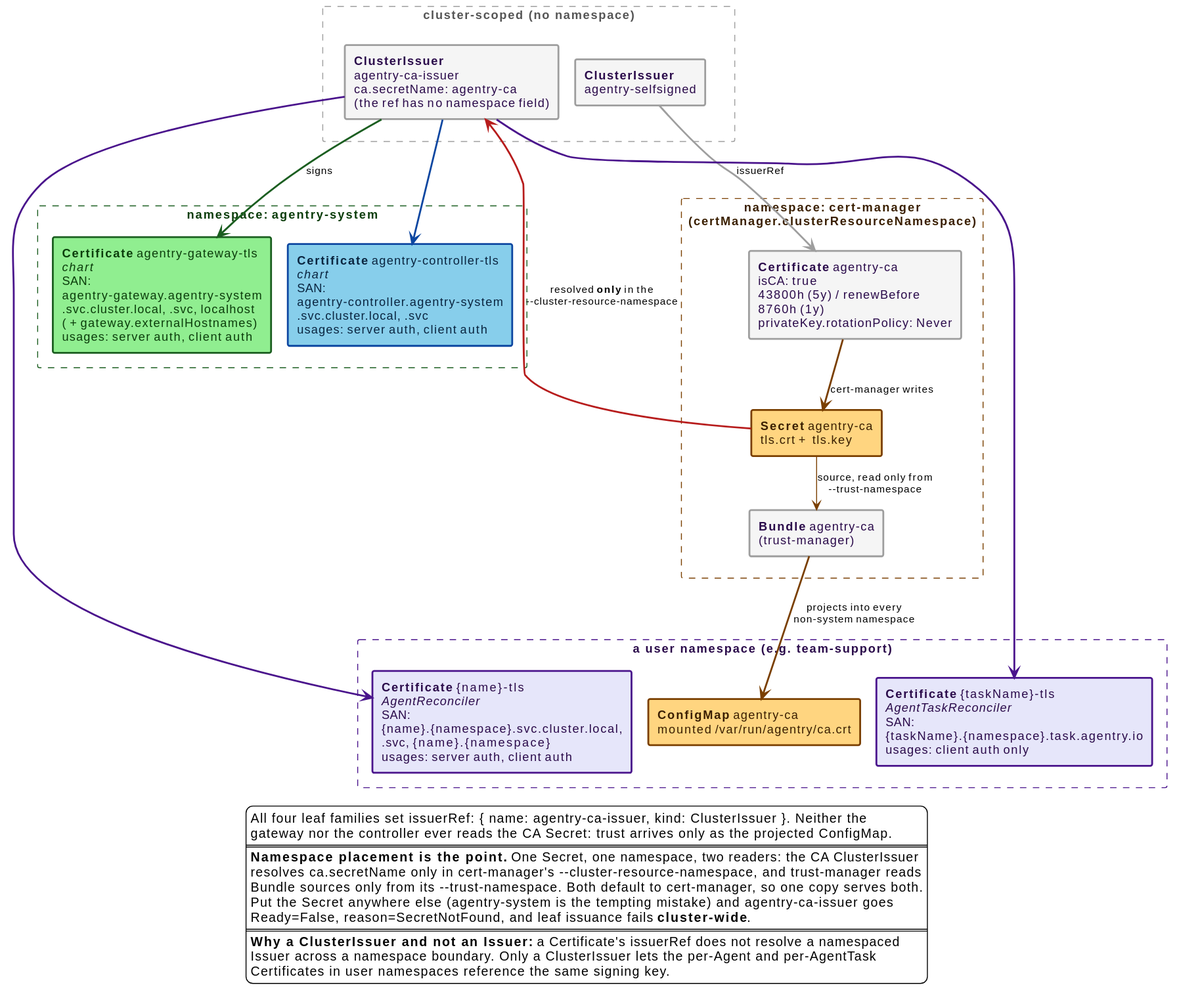
The PlantUML diagram docs/src/diagrams/trust-chain.svg in win07xp/kaalm, before a commit.
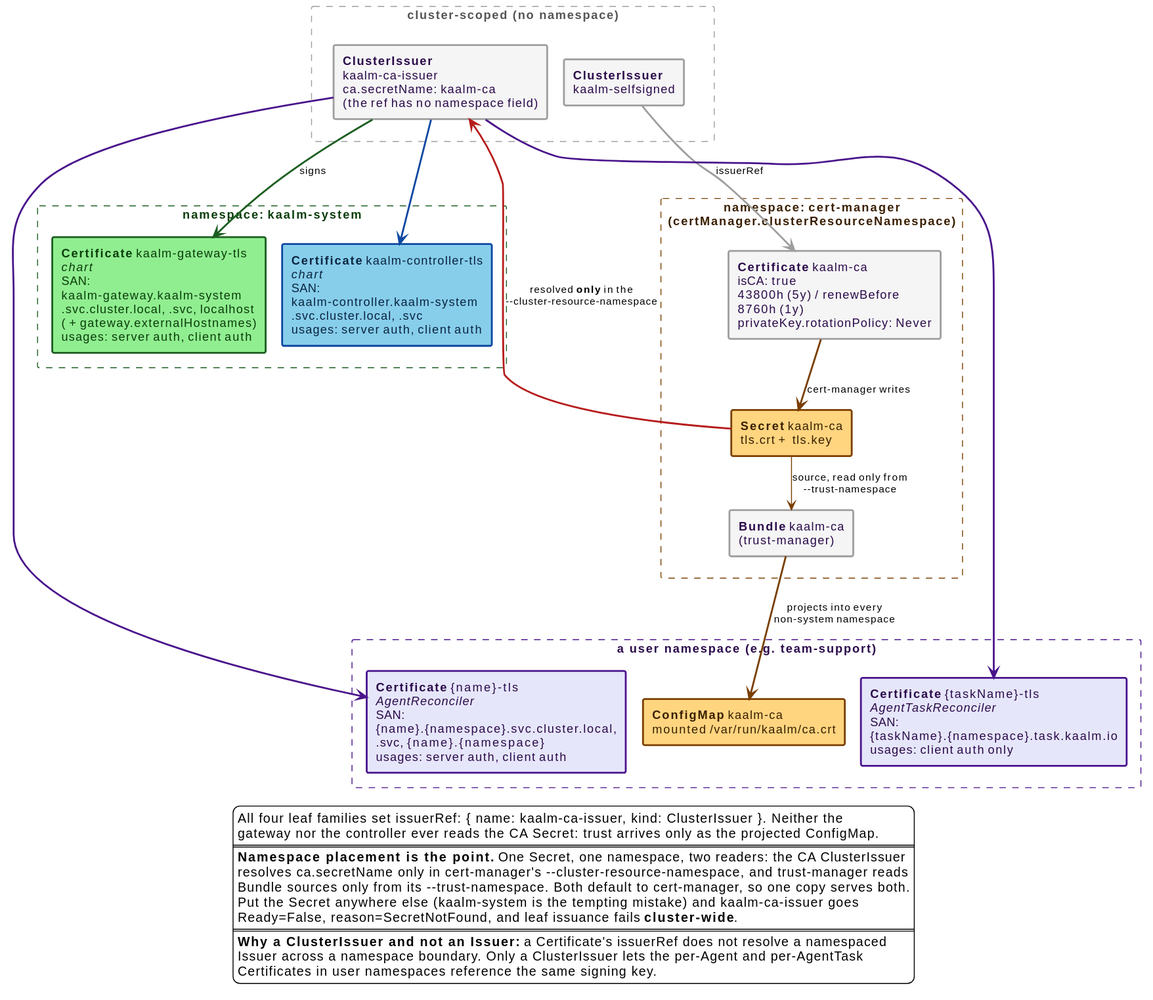
Later version of the same file.

Diff of the diagram source:
```diff
@@ -8,25 +8,25 @@
 }
 
 rectangle "cluster-scoped (no namespace)" as band #line:9E9E9E;line.dashed;text:555555 {
-  rectangle "**ClusterIssuer**\nagentry-selfsigned" as selfsigned #back:F5F5F5;line:9E9E9E;line.bold;text:2a0a4a
-  rectangle "**ClusterIssuer**\nagentry-ca-issuer\nca.secretName: agentry-ca\n(the ref has no namespace field)" as caissuer #back:F5F5F5;line:9E9E9E;line.bold;text:2a0a4a
+  rectangle "**ClusterIssuer**\nkaalm-selfsigned" as selfsigned #back:F5F5F5;line:9E9E9E;line.bold;text:2a0a4a
+  rectangle "**ClusterIssuer**\nkaalm-ca-issuer\nca.secretName: kaalm-ca\n(the ref has no namespace field)" as caissuer #back:F5F5F5;line:9E9E9E;line.bold;text:2a0a4a
 }
 
 rectangle "namespace: **cert-manager**\n(certManager.clusterResourceNamespace)" as nscm #line:7a3f00;line.dashed;text:3a1f00 {
-  rectangle "**Certificate** agentry-ca\nisCA: true\n43800h (5y) / renewBefore 8760h (1y)\nprivateKey.rotationPolicy: Never" as cacert #back:F5F5F5;line:9E9E9E;line.bold;text:2a0a4a
-  rectangle "**Secret** agentry-ca\ntls.crt + tls.key" as casecret #back:FFD580;line:7a3f00;line.bold;text:3a1f00
-  rectangle "**Bundle** agentry-ca\n(trust-manager)" as bundle #back:F5F5F5;line:9E9E9E;line.bold;text:2a0a4a
+  rectangle "**Certificate** kaalm-ca\nisCA: true\n43800h (5y) / renewBefore 8760h (1y)\nprivateKey.rotationPolicy: Never" as cacert #back:F5F5F5;line:9E9E9E;line.bold;text:2a0a4a
+  rectangle "**Secret** kaalm-ca\ntls.crt + tls.key" as casecret #back:FFD580;line:7a3f00;line.bold;text:3a1f00
+  rectangle "**Bundle** kaalm-ca\n(trust-manager)" as bundle #back:F5F5F5;line:9E9E9E;line.bold;text:2a0a4a
 }
 
-rectangle "namespace: **agentry-system**" as nssys #line:1B5E20;line.dashed;text:0b3d0b {
-  rectangle "**Certificate** agentry-gateway-tls //chart//\nSAN: agentry-gateway.agentry-system\n.svc.cluster.local, .svc, localhost\n(+ gateway.externalHostnames)\nusages: server auth, client auth" as gwtls #back:90EE90;line:1B5E20;line.bold;text:0b3d0b
-  rectangle "**Certificate** agentry-controller-tls //chart//\nSAN: agentry-controller.agentry-system\n.svc.cluster.local, .svc\nusages: server auth, client auth" as ctrltls #back:87CEEB;line:0D47A1;line.bold;text:0a2540
+rectangle "namespace: **kaalm-system**" as nssys #line:1B5E20;line.dashed;text:0b3d0b {
+  rectangle "**Certificate** kaalm-gateway-tls //chart//\nSAN: kaalm-gateway.kaalm-system\n.svc.cluster.local, .svc, localhost\n(+ gateway.externalHostnames)\nusages: server auth, client auth" as gwtls #back:90EE90;line:1B5E20;line.bold;text:0b3d0b
+  rectangle "**Certificate** kaalm-controller-tls //chart//\nSAN: kaalm-controller.kaalm-system\n.svc.cluster.local, .svc\nusages: server auth, client auth" as ctrltls #back:87CEEB;line:0D47A1;line.bold;text:0a2540
 }
 
 rectangle "a user namespace (e.g. team-support)" as nsuser #line:4A148C;line.dashed;text:2a0a4a {
   rectangle "**Certificate** {name}-tls //AgentReconciler//\nSAN: {name}.{namespace}.svc.cluster.local,\n.svc, {name}.{namespace}\nusages: server auth, client auth" as agenttls #back:E6E6FA;line:4A148C;line.bold;text:2a0a4a
-  rectangle "**Certificate** {taskName}-tls //AgentTaskReconciler//\nSAN: {taskName}.{namespace}.task.agentry.io\nusages: client auth only" as tasktls #back:E6E6FA;line:4A148C;line.bold;text:2a0a4a
-  rectangle "**ConfigMap** agentry-ca\nmounted /var/run/agentry/ca.crt" as cacm #back:FFD580;line:7a3f00;line.bold;text:3a1f00
+  rectangle "**Certificate** {taskName}-tls //AgentTaskReconciler//\nSAN: {taskName}.{namespace}.task.kaalm.io\nusages: client auth only" as tasktls #back:E6E6FA;line:4A148C;line.bold;text:2a0a4a
+  rectangle "**ConfigMap** kaalm-ca\nmounted /var/run/kaalm/ca.crt" as cacm #back:FFD580;line:7a3f00;line.bold;text:3a1f00
 }
 
 selfsigned -[#9E9E9E,bold]-> cacert : issuerRef
@@ -42,13 +42,13 @@
 bundle -[#7a3f00,bold]-> cacm : projects into every\nnon-system namespace
 
 legend bottom
-  All four leaf families set issuerRef: { name: agentry-ca-issuer, kind: ClusterIssuer }. Neither the
+  All four leaf families set issuerRef: { name: kaalm-ca-issuer, kind: ClusterIssuer }. Neither the
   gateway nor the controller ever reads the CA Secret: trust arrives only as the projected ConfigMap.
   ====
   **Namespace placement is the point.** One Secret, one namespace, two readers: the CA ClusterIssuer
   resolves ca.secretName only in cert-manager's --cluster-resource-namespace, and trust-manager reads
   Bundle sources only from its --trust-namespace. Both default to cert-manager, so one copy serves both.
-  Put the Secret anywhere else (agentry-system is the tempting mistake) and agentry-ca-issuer goes
+  Put the Secret anywhere else (kaalm-system is the tempting mistake) and kaalm-ca-issuer goes
   Ready=False, reason=SecretNotFound, and leaf issuance fails **cluster-wide**.
   ====
   **Why a ClusterIssuer and not an Issuer:** a Certificate's issuerRef does not resolve a namespaced
```
